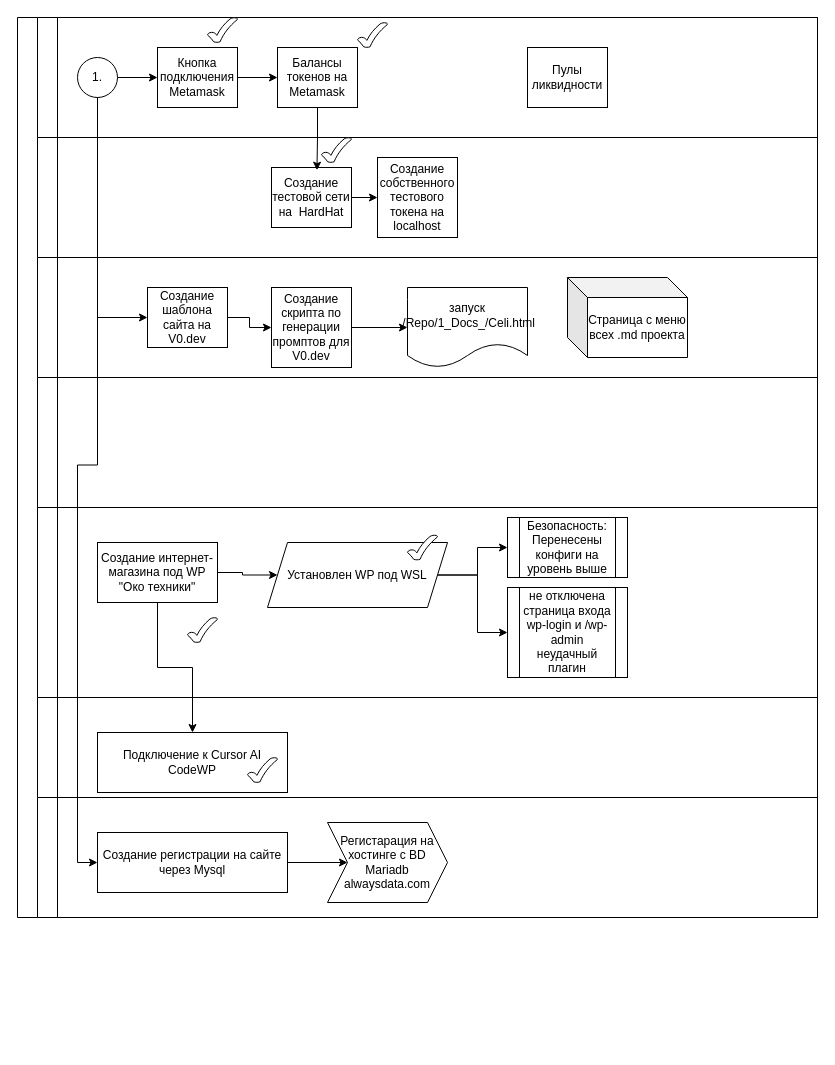
Earlier version of the draw.io diagram ЖИЦЗО.drawio (ElvenRivendil/Diagrams_blocks_algoritms). Source tidied: cells renumbered, new cells numbered last; positions are measured from the earlier drawing's top-left corner, leaving out a move shared by most shapes. Both pictures are drawn from the tidied source at 100%, with x=0, y=0 at pixel (17, 17).
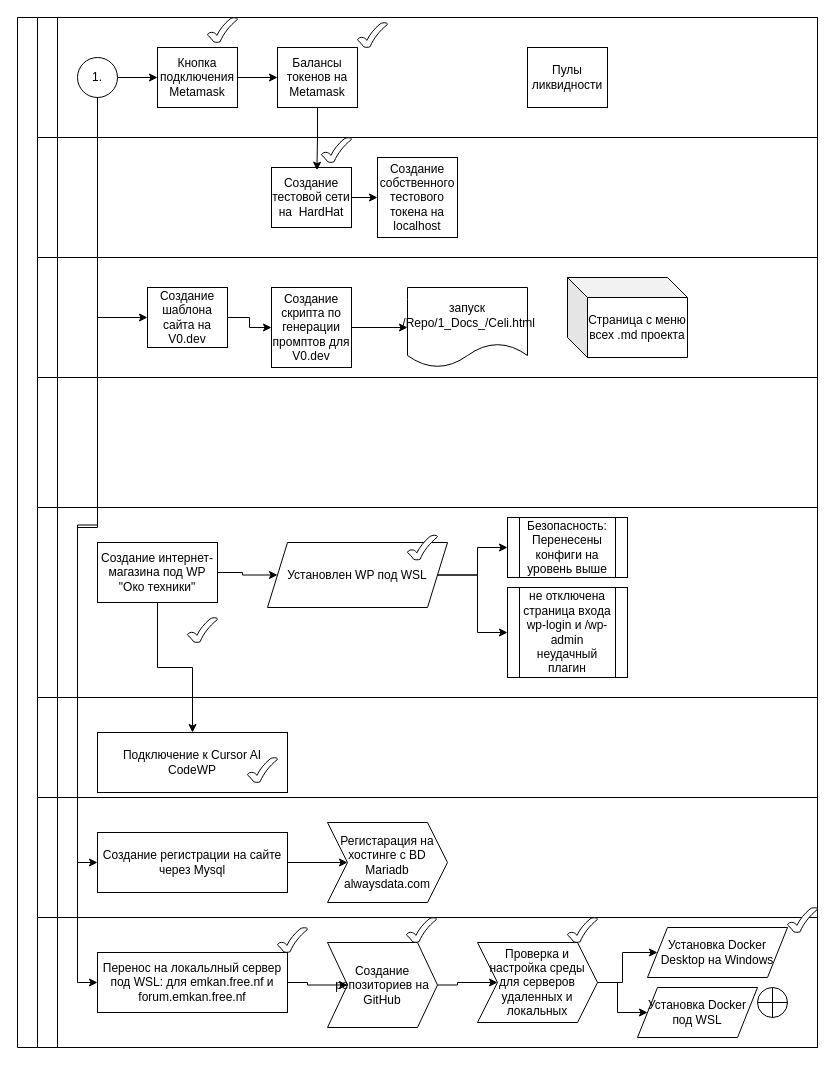
Above is the later version.

Unchanged cells that the change refers to:
```xml
<mxCell id="5" value="1." style="ellipse;whiteSpace=wrap;html=1;" parent="3" vertex="1">
  <mxGeometry x="40" y="40" width="40" height="40" as="geometry" />
</mxCell>
<mxCell id="44" value="Создание регистрации на сайте через Mysql" style="rounded=0;whiteSpace=wrap;html=1;" parent="43" vertex="1">
  <mxGeometry width="190" height="60" as="geometry" />
</mxCell>
```

What changed in the source:
```diff
@@
     <mxCell id="2" style="swimlane;html=1;horizontal=0;startSize=20;" parent="1" vertex="1">
-      <mxGeometry width="800" height="900" as="geometry" />
+      <mxGeometry width="800" height="1030" as="geometry" />
     </mxCell>
@@
     <mxCell id="47" style="edgeStyle=orthogonalEdgeStyle;rounded=0;jettySize=auto;html=1;exitX=0.5;exitY=1;exitDx=0;exitDy=0;entryX=0;entryY=0.5;entryDx=0;entryDy=0;" parent="2" edge="1" source="5" target="44">
-      <mxGeometry relative="1" as="geometry" />
+      <mxGeometry relative="1" as="geometry">
+        <Array as="points">
+          <mxPoint x="80" y="510" />
+          <mxPoint x="60" y="510" />
+          <mxPoint x="60" y="845" />
+        </Array>
+      </mxGeometry>
     </mxCell>
+    <mxCell id="48" style="swimlane;html=1;startSize=20;horizontal=0;" parent="2" vertex="1">
+      <mxGeometry x="20" y="900" width="780" height="130" as="geometry" />
+    </mxCell>
+    <mxCell id="49" style="group;" parent="48" vertex="1">
+      <mxGeometry x="60" y="35" width="190" height="60" as="geometry" />
+    </mxCell>
+    <mxCell id="50" value="Перенос на локальлный сервер под WSL: для emkan.free.nf и forum.emkan.free.nf" style="rounded=0;whiteSpace=wrap;html=1;" parent="49" vertex="1">
+      <mxGeometry width="190" height="60" as="geometry" />
+    </mxCell>
+    <mxCell id="51" style="edgeStyle=orthogonalEdgeStyle;rounded=0;jettySize=auto;html=1;exitX=1;exitY=0.5;exitDx=0;exitDy=0;entryX=0;entryY=0.5;entryDx=0;entryDy=0;" parent="48" edge="1" source="52" target="56">
+      <mxGeometry relative="1" as="geometry" />
+    </mxCell>
+    <mxCell id="52" value="Создание репозиториев на GitHub" style="shape=step;perimeter=stepPerimeter;whiteSpace=wrap;html=1;fixedSize=1;" parent="48" vertex="1">
+      <mxGeometry x="290" y="25" width="110" height="85" as="geometry" />
+    </mxCell>
+    <mxCell id="53" style="edgeStyle=orthogonalEdgeStyle;rounded=0;jettySize=auto;html=1;exitX=1;exitY=0.5;exitDx=0;exitDy=0;fontFamily=Helvetica;fontSize=12;fontColor=default;entryX=0;entryY=0.5;entryDx=0;entryDy=0;" parent="48" edge="1" source="50" target="52">
+      <mxGeometry relative="1" as="geometry" />
+    </mxCell>
+    <mxCell id="54" style="edgeStyle=orthogonalEdgeStyle;rounded=0;jettySize=auto;html=1;exitX=1;exitY=0.5;exitDx=0;exitDy=0;entryX=0;entryY=0.5;entryDx=0;entryDy=0;" parent="48" edge="1" source="56" target="57">
+      <mxGeometry relative="1" as="geometry" />
+    </mxCell>
+    <mxCell id="55" style="edgeStyle=orthogonalEdgeStyle;rounded=0;jettySize=auto;html=1;exitX=1;exitY=0.5;exitDx=0;exitDy=0;entryX=0;entryY=0.5;entryDx=0;entryDy=0;" parent="48" edge="1" source="56" target="58">
+      <mxGeometry relative="1" as="geometry" />
+    </mxCell>
+    <mxCell id="56" value="Проверка и настройка среды для серверов удаленных и локальных" style="shape=step;perimeter=stepPerimeter;whiteSpace=wrap;html=1;fixedSize=1;" parent="48" vertex="1">
+      <mxGeometry x="440" y="25" width="120" height="80" as="geometry" />
+    </mxCell>
+    <mxCell id="57" value="Установка Docker Desktop на Windows" style="shape=parallelogram;perimeter=parallelogramPerimeter;whiteSpace=wrap;html=1;fixedSize=1;" parent="48" vertex="1">
+      <mxGeometry x="610" y="10" width="140" height="50" as="geometry" />
+    </mxCell>
+    <mxCell id="58" value="Установка Docker под WSL" style="shape=parallelogram;perimeter=parallelogramPerimeter;whiteSpace=wrap;html=1;fixedSize=1;" parent="48" vertex="1">
+      <mxGeometry x="600" y="70" width="120" height="50" as="geometry" />
+    </mxCell>
+    <mxCell id="59" style="verticalLabelPosition=bottom;verticalAlign=top;html=1;shape=mxgraph.basic.tick;" parent="48" vertex="1">
+      <mxGeometry x="240" y="10" width="30" height="25" as="geometry" />
+    </mxCell>
+    <mxCell id="60" style="verticalLabelPosition=bottom;verticalAlign=top;html=1;shape=mxgraph.basic.tick;" parent="48" vertex="1">
+      <mxGeometry x="369" width="30" height="25" as="geometry" />
+    </mxCell>
+    <mxCell id="61" style="verticalLabelPosition=bottom;verticalAlign=top;html=1;shape=mxgraph.basic.tick;" parent="48" vertex="1">
+      <mxGeometry x="530" width="30" height="25" as="geometry" />
+    </mxCell>
+    <mxCell id="62" style="verticalLabelPosition=bottom;verticalAlign=top;html=1;shape=mxgraph.basic.tick;" parent="48" vertex="1">
+      <mxGeometry x="750" y="-10" width="30" height="25" as="geometry" />
+    </mxCell>
+    <mxCell id="63" style="shape=orEllipse;perimeter=ellipsePerimeter;whiteSpace=wrap;html=1;backgroundOutline=1;" parent="48" vertex="1">
+      <mxGeometry x="720" y="70" width="30" height="30" as="geometry" />
+    </mxCell>
+    <mxCell id="64" style="edgeStyle=orthogonalEdgeStyle;rounded=0;jettySize=auto;html=1;exitX=0.5;exitY=1;exitDx=0;exitDy=0;entryX=0;entryY=0.5;entryDx=0;entryDy=0;" parent="2" edge="1" source="5" target="50">
+      <mxGeometry relative="1" as="geometry" />
+    </mxCell>
```
